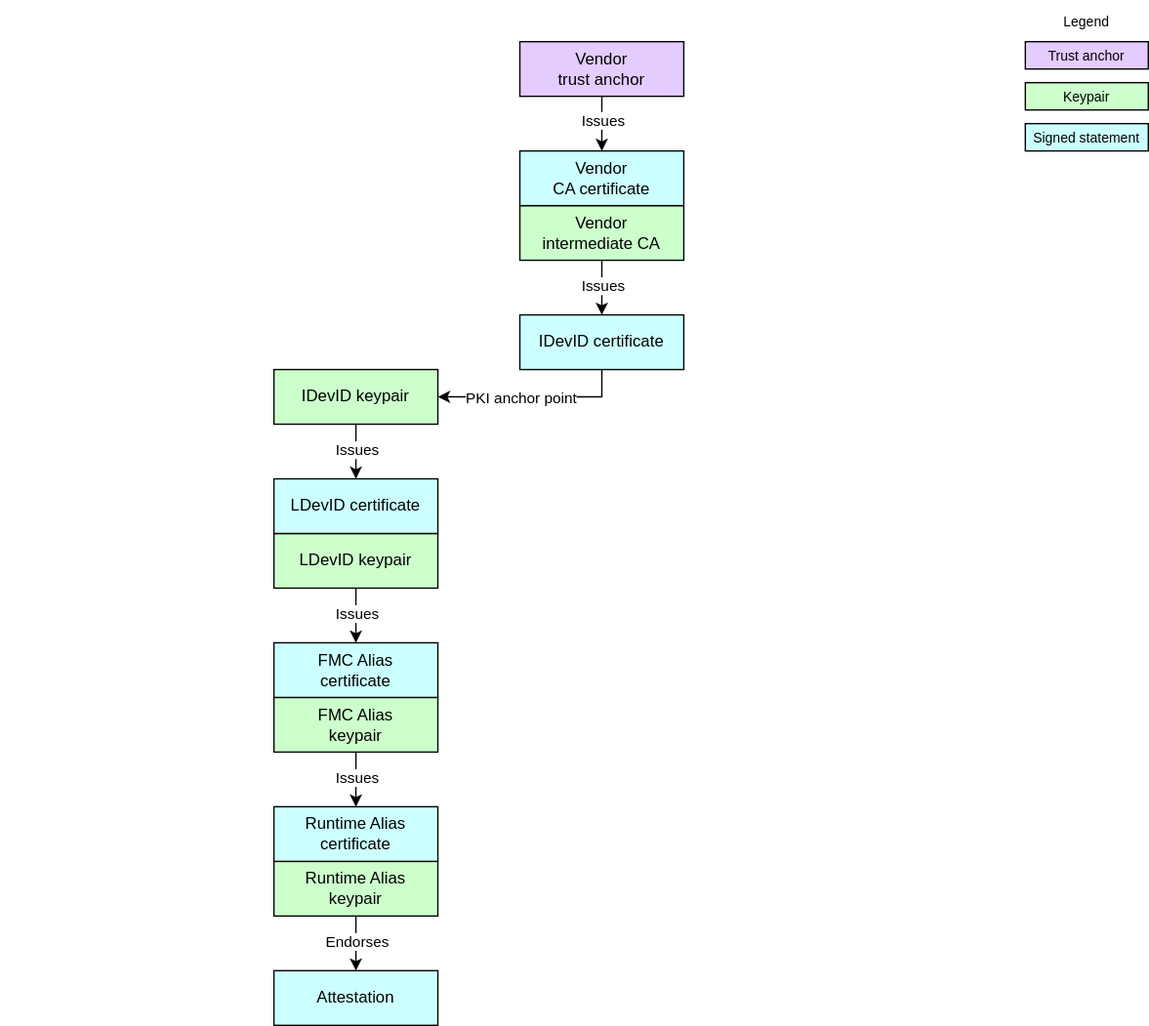
The draw.io diagram specifications/device-trust-anchor-management/diagrams/device_cert_hierarchy.drawio.svg in opencomputeproject/Security, before a commit. Source tidied: cells renumbered, new cells last; positions are measured from the earlier drawing's top-left corner, leaving out a move shared by most shapes.
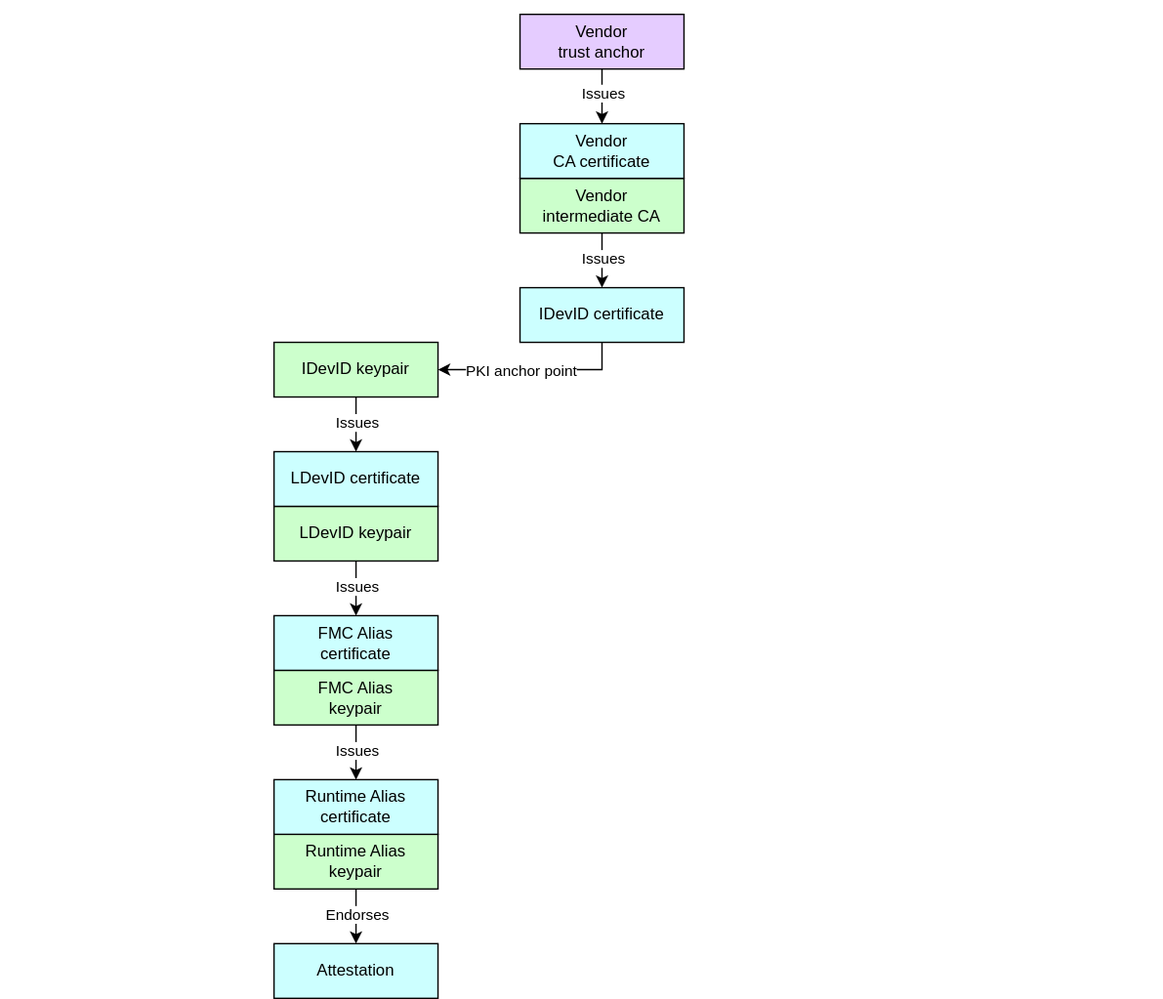
After the change.

The edit, as a diff of the source:
```diff
@@ -2,18 +2,6 @@
   <root>
     <mxCell id="0" />
     <mxCell id="1" parent="0" />
-    <mxCell id="2" value="&lt;div&gt;&lt;font color=&quot;#000000&quot;&gt;Trust anchor&lt;/font&gt;&lt;/div&gt;" style="rounded=0;whiteSpace=wrap;html=1;align=center;verticalAlign=middle;shadow=0;glass=0;spacingLeft=0;spacingBottom=0;spacingTop=0;fillColor=#E5CCFF;fontSize=10;" parent="1" vertex="1">
-      <mxGeometry x="750" y="30" width="90" height="20" as="geometry" />
-    </mxCell>
-    <mxCell id="3" value="Legend" style="text;strokeColor=none;align=center;fillColor=none;html=1;verticalAlign=middle;whiteSpace=wrap;rounded=0;fontSize=10;" parent="1" vertex="1">
-      <mxGeometry x="765" width="60" height="30" as="geometry" />
-    </mxCell>
-    <mxCell id="4" value="&lt;div&gt;&lt;font color=&quot;#000000&quot;&gt;Signed statement&lt;/font&gt;&lt;/div&gt;" style="rounded=0;whiteSpace=wrap;html=1;align=center;verticalAlign=middle;shadow=0;glass=0;spacingLeft=0;spacingBottom=0;spacingTop=0;fillColor=#CCFFFF;fontSize=10;" parent="1" vertex="1">
-      <mxGeometry x="750" y="90" width="90" height="20" as="geometry" />
-    </mxCell>
-    <mxCell id="5" value="&lt;div&gt;&lt;font color=&quot;#000000&quot;&gt;Keypair&lt;/font&gt;&lt;/div&gt;" style="rounded=0;whiteSpace=wrap;html=1;align=center;verticalAlign=middle;shadow=0;glass=0;spacingLeft=0;spacingBottom=0;spacingTop=0;fillColor=#CCFFCC;fontSize=10;" parent="1" vertex="1">
-      <mxGeometry x="750" y="60" width="90" height="20" as="geometry" />
-    </mxCell>
     <mxCell id="6" style="edgeStyle=none;html=1;exitX=0.5;exitY=1;exitDx=0;exitDy=0;entryX=0.5;entryY=0;entryDx=0;entryDy=0;" parent="1" edge="1" source="8" target="20">
       <mxGeometry relative="1" as="geometry" />
     </mxCell>
@@ -107,5 +95,8 @@
     <mxCell id="32" value="Vendor&lt;div&gt;trust anchor&lt;/div&gt;" style="rounded=0;whiteSpace=wrap;html=1;align=center;verticalAlign=middle;shadow=0;glass=0;spacingLeft=0;spacingBottom=0;spacingTop=0;fillColor=#E5CCFF;" parent="1" vertex="1">
       <mxGeometry x="380" y="30" width="120" height="40" as="geometry" />
     </mxCell>
+    <mxCell id="33" style="rounded=0;whiteSpace=wrap;html=1;align=center;verticalAlign=middle;shadow=0;glass=0;spacingLeft=0;spacingBottom=0;spacingTop=0;fillColor=#FFFFFF;fontSize=10;strokeColor=#FFFFFF;" parent="1" vertex="1">
+      <mxGeometry x="760" y="20" width="90" height="20" as="geometry" />
+    </mxCell>
   </root>
 </mxGraphModel>
```
